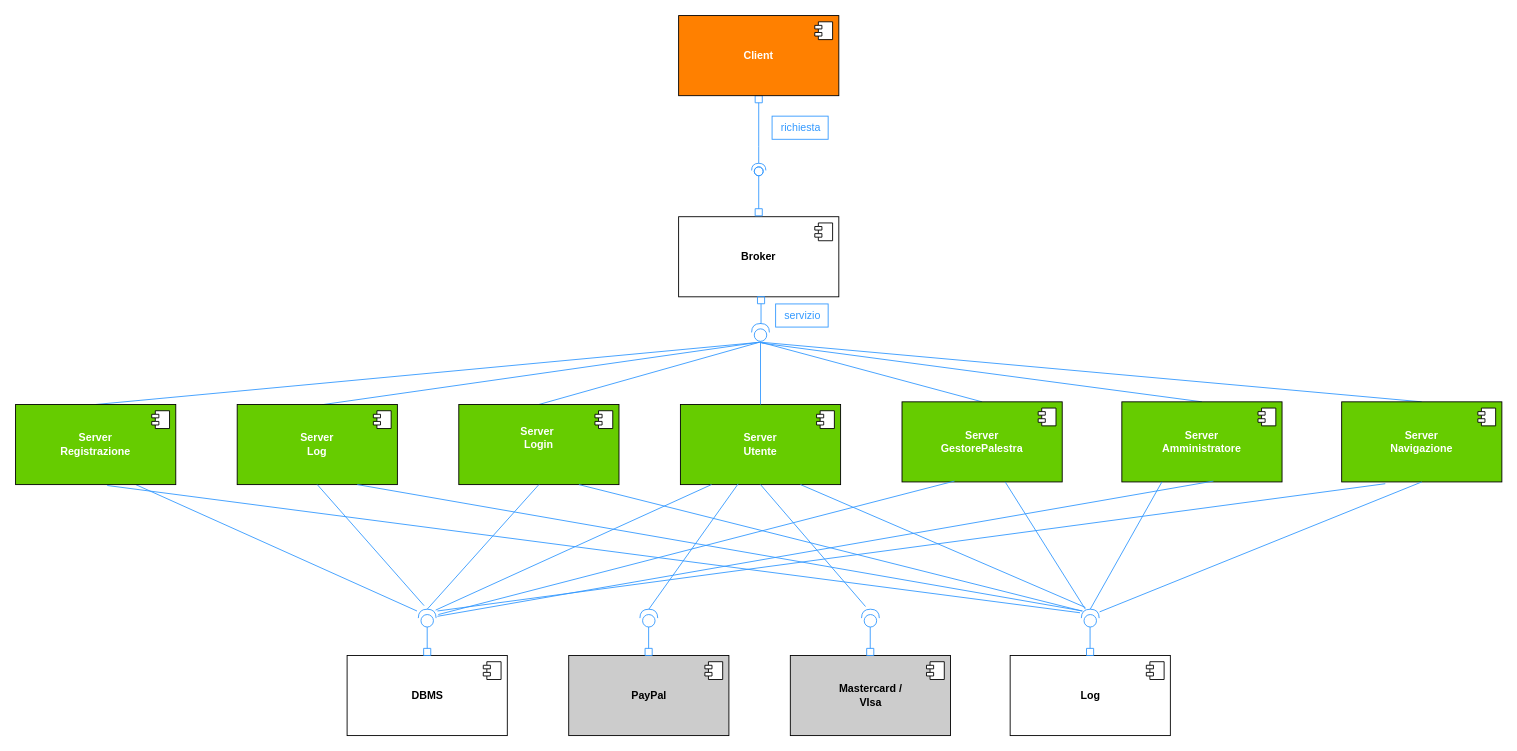
Earlier version of the draw.io diagram Diagrammi_Package/componenti.drawio (JosephBoom02/Progetto_Ingegneria_del_Software). Source tidied: cells renumbered, new cells numbered last; positions are measured from the earlier drawing's top-left corner, leaving out a move shared by most shapes. Both pictures are drawn from the tidied source at 89%, with x=0, y=0 at pixel (15, 15).
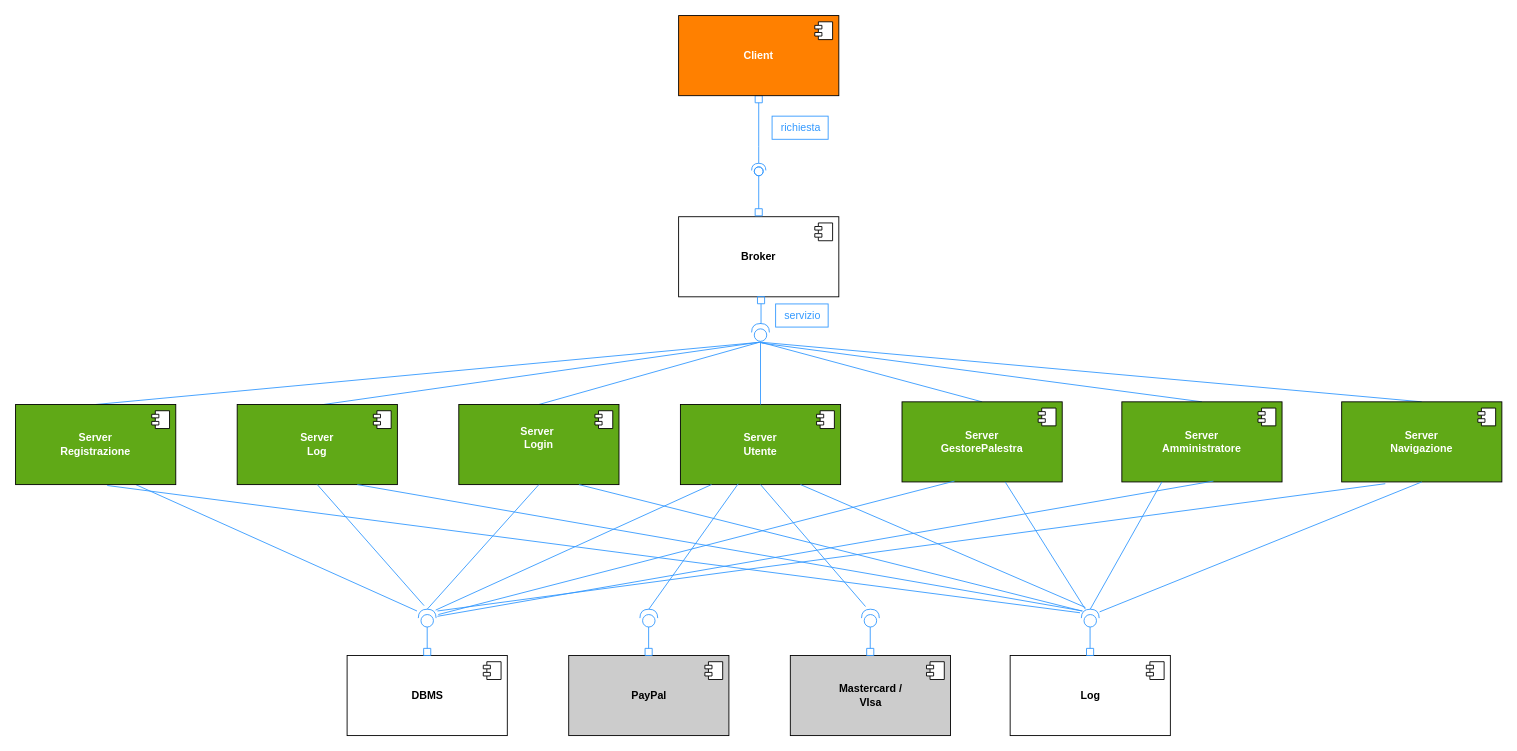
The same diagram, later.

What changed in the source:
```diff
@@
-    <mxCell id="12" value="&lt;div&gt;&lt;font color=&quot;#ffffff&quot;&gt;&lt;b&gt;Server&lt;/b&gt;&lt;/font&gt;&lt;/div&gt;&lt;div&gt;&lt;font color=&quot;#ffffff&quot;&gt;&lt;b&gt;Registrazione&lt;br&gt;&lt;/b&gt;&lt;/font&gt;&lt;/div&gt;" style="html=1;whiteSpace=wrap;fillColor=#66CC00;" parent="1" vertex="1">
+    <mxCell id="12" value="&lt;div&gt;&lt;font color=&quot;#ffffff&quot;&gt;&lt;b&gt;Server&lt;/b&gt;&lt;/font&gt;&lt;/div&gt;&lt;div&gt;&lt;font color=&quot;#ffffff&quot;&gt;&lt;b&gt;Registrazione&lt;br&gt;&lt;/b&gt;&lt;/font&gt;&lt;/div&gt;" style="html=1;whiteSpace=wrap;fillColor=#60A917;" parent="1" vertex="1">
       <mxGeometry y="437" width="180" height="90" as="geometry" />
     </mxCell>
-    <mxCell id="13" style="shape=module;jettyWidth=8;jettyHeight=4;" parent="12" vertex="1">
+    <mxCell id="13" style="shape=module;jettyWidth=8;jettyHeight=4;fillColor=#FFFFFF;" parent="12" vertex="1">
       <mxGeometry x="1" width="20" height="20" relative="1" as="geometry">
         <mxPoint x="-27" y="7" as="offset" />
       </mxGeometry>
     </mxCell>
@@
-    <mxCell id="15" value="&lt;div&gt;&lt;font color=&quot;#ffffff&quot;&gt;&lt;b&gt;Server&amp;nbsp;&lt;/b&gt;&lt;/font&gt;&lt;/div&gt;&lt;div&gt;&lt;font color=&quot;#ffffff&quot;&gt;&lt;b&gt;Login&lt;/b&gt;&lt;/font&gt;&lt;/div&gt;&lt;div&gt;&lt;br&gt;&lt;/div&gt;" style="html=1;whiteSpace=wrap;fillColor=#66CC00;" parent="1" vertex="1">
+    <mxCell id="15" value="&lt;div&gt;&lt;font color=&quot;#ffffff&quot;&gt;&lt;b&gt;Server&amp;nbsp;&lt;/b&gt;&lt;/font&gt;&lt;/div&gt;&lt;div&gt;&lt;font color=&quot;#ffffff&quot;&gt;&lt;b&gt;Login&lt;/b&gt;&lt;/font&gt;&lt;/div&gt;&lt;div&gt;&lt;br&gt;&lt;/div&gt;" style="html=1;whiteSpace=wrap;fillColor=#60A917;" parent="1" vertex="1">
       <mxGeometry x="498" y="437" width="180" height="90" as="geometry" />
     </mxCell>
-    <mxCell id="16" style="shape=module;jettyWidth=8;jettyHeight=4;" parent="15" vertex="1">
+    <mxCell id="16" style="shape=module;jettyWidth=8;jettyHeight=4;fillColor=#FFFFFF;" parent="15" vertex="1">
       <mxGeometry x="1" width="20" height="20" relative="1" as="geometry">
         <mxPoint x="-27" y="7" as="offset" />
       </mxGeometry>
     </mxCell>
@@
-    <mxCell id="18" value="&lt;div&gt;&lt;font color=&quot;#ffffff&quot;&gt;&lt;b&gt;Server&lt;/b&gt;&lt;/font&gt;&lt;/div&gt;&lt;div&gt;&lt;font color=&quot;#ffffff&quot;&gt;&lt;b&gt;Log&lt;br&gt;&lt;/b&gt;&lt;/font&gt;&lt;/div&gt;" style="html=1;whiteSpace=wrap;fillColor=#66CC00;" parent="1" vertex="1">
+    <mxCell id="18" value="&lt;div&gt;&lt;font color=&quot;#ffffff&quot;&gt;&lt;b&gt;Server&lt;/b&gt;&lt;/font&gt;&lt;/div&gt;&lt;div&gt;&lt;font color=&quot;#ffffff&quot;&gt;&lt;b&gt;Log&lt;br&gt;&lt;/b&gt;&lt;/font&gt;&lt;/div&gt;" style="html=1;whiteSpace=wrap;fillColor=#60A917;" parent="1" vertex="1">
       <mxGeometry x="249" y="437" width="180" height="90" as="geometry" />
     </mxCell>
-    <mxCell id="19" style="shape=module;jettyWidth=8;jettyHeight=4;" parent="18" vertex="1">
+    <mxCell id="19" style="shape=module;jettyWidth=8;jettyHeight=4;fillColor=#FFFFFF;" parent="18" vertex="1">
       <mxGeometry x="1" width="20" height="20" relative="1" as="geometry">
         <mxPoint x="-27" y="7" as="offset" />
       </mxGeometry>
     </mxCell>
@@
-    <mxCell id="21" value="&lt;div&gt;&lt;font color=&quot;#ffffff&quot;&gt;&lt;b&gt;Server&lt;/b&gt;&lt;/font&gt;&lt;/div&gt;&lt;div&gt;&lt;font color=&quot;#ffffff&quot;&gt;&lt;b&gt;Amministratore&lt;br&gt;&lt;/b&gt;&lt;/font&gt;&lt;/div&gt;" style="html=1;whiteSpace=wrap;fillColor=#66CC00;" parent="1" vertex="1">
+    <mxCell id="21" value="&lt;div&gt;&lt;font color=&quot;#ffffff&quot;&gt;&lt;b&gt;Server&lt;/b&gt;&lt;/font&gt;&lt;/div&gt;&lt;div&gt;&lt;font color=&quot;#ffffff&quot;&gt;&lt;b&gt;Amministratore&lt;br&gt;&lt;/b&gt;&lt;/font&gt;&lt;/div&gt;" style="html=1;whiteSpace=wrap;fillColor=#60A917;" parent="1" vertex="1">
       <mxGeometry x="1243" y="434" width="180" height="90" as="geometry" />
     </mxCell>
-    <mxCell id="22" style="shape=module;jettyWidth=8;jettyHeight=4;" parent="21" vertex="1">
+    <mxCell id="22" style="shape=module;jettyWidth=8;jettyHeight=4;fillColor=#FFFFFF;" parent="21" vertex="1">
       <mxGeometry x="1" width="20" height="20" relative="1" as="geometry">
         <mxPoint x="-27" y="7" as="offset" />
       </mxGeometry>
     </mxCell>
-    <mxCell id="23" value="&lt;div&gt;&lt;font color=&quot;#ffffff&quot;&gt;&lt;b&gt;Server&lt;br&gt;Utente&lt;br&gt;&lt;/b&gt;&lt;/font&gt;&lt;/div&gt;" style="html=1;whiteSpace=wrap;fillColor=#66CC00;" parent="1" vertex="1">
+    <mxCell id="23" value="&lt;div&gt;&lt;font color=&quot;#ffffff&quot;&gt;&lt;b&gt;Server&lt;br&gt;Utente&lt;br&gt;&lt;/b&gt;&lt;/font&gt;&lt;/div&gt;" style="html=1;whiteSpace=wrap;fillColor=#60A917;" parent="1" vertex="1">
       <mxGeometry x="747" y="437" width="180" height="90" as="geometry" />
     </mxCell>
-    <mxCell id="24" style="shape=module;jettyWidth=8;jettyHeight=4;" parent="23" vertex="1">
+    <mxCell id="24" style="shape=module;jettyWidth=8;jettyHeight=4;fillColor=#FFFFFF;" parent="23" vertex="1">
       <mxGeometry x="1" width="20" height="20" relative="1" as="geometry">
         <mxPoint x="-27" y="7" as="offset" />
       </mxGeometry>
     </mxCell>
@@
-    <mxCell id="26" value="&lt;div&gt;&lt;font color=&quot;#ffffff&quot;&gt;&lt;b&gt;Server&lt;/b&gt;&lt;/font&gt;&lt;/div&gt;&lt;div&gt;&lt;font color=&quot;#ffffff&quot;&gt;&lt;b&gt;Navigazione&lt;br&gt;&lt;/b&gt;&lt;/font&gt;&lt;/div&gt;" style="html=1;whiteSpace=wrap;fillColor=#66CC00;" parent="1" vertex="1">
+    <mxCell id="26" value="&lt;div&gt;&lt;font color=&quot;#ffffff&quot;&gt;&lt;b&gt;Server&lt;/b&gt;&lt;/font&gt;&lt;/div&gt;&lt;div&gt;&lt;font color=&quot;#ffffff&quot;&gt;&lt;b&gt;Navigazione&lt;br&gt;&lt;/b&gt;&lt;/font&gt;&lt;/div&gt;" style="html=1;whiteSpace=wrap;fillColor=#60A917;" parent="1" vertex="1">
       <mxGeometry x="1490" y="434" width="180" height="90" as="geometry" />
     </mxCell>
-    <mxCell id="27" style="shape=module;jettyWidth=8;jettyHeight=4;" parent="26" vertex="1">
+    <mxCell id="27" style="shape=module;jettyWidth=8;jettyHeight=4;fillColor=#FFFFFF;" parent="26" vertex="1">
       <mxGeometry x="1" width="20" height="20" relative="1" as="geometry">
         <mxPoint x="-27" y="7" as="offset" />
       </mxGeometry>
     </mxCell>
@@
-    <mxCell id="29" value="&lt;div&gt;&lt;font color=&quot;#ffffff&quot;&gt;&lt;b&gt;Server&lt;/b&gt;&lt;/font&gt;&lt;/div&gt;&lt;div&gt;&lt;font color=&quot;#ffffff&quot;&gt;&lt;b&gt;GestorePalestra&lt;br&gt;&lt;/b&gt;&lt;/font&gt;&lt;/div&gt;" style="html=1;whiteSpace=wrap;fillColor=#66CC00;" parent="1" vertex="1">
+    <mxCell id="29" value="&lt;div&gt;&lt;font color=&quot;#ffffff&quot;&gt;&lt;b&gt;Server&lt;/b&gt;&lt;/font&gt;&lt;/div&gt;&lt;div&gt;&lt;font color=&quot;#ffffff&quot;&gt;&lt;b&gt;GestorePalestra&lt;br&gt;&lt;/b&gt;&lt;/font&gt;&lt;/div&gt;" style="html=1;whiteSpace=wrap;fillColor=#60A917;" parent="1" vertex="1">
       <mxGeometry x="996" y="434" width="180" height="90" as="geometry" />
     </mxCell>
-    <mxCell id="30" style="shape=module;jettyWidth=8;jettyHeight=4;" parent="29" vertex="1">
+    <mxCell id="30" style="shape=module;jettyWidth=8;jettyHeight=4;fillColor=#FFFFFF;" parent="29" vertex="1">
       <mxGeometry x="1" width="20" height="20" relative="1" as="geometry">
         <mxPoint x="-27" y="7" as="offset" />
       </mxGeometry>
     </mxCell>
```
